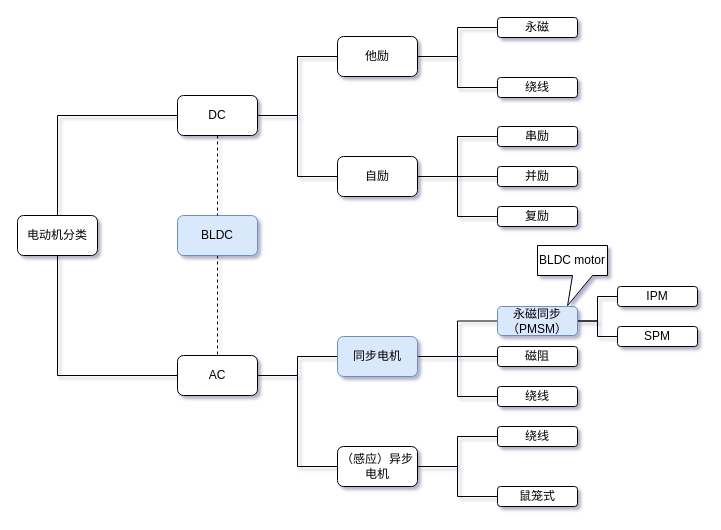
Above: 电动机分类.drawio in Vinson-001/Blog-flow-chart (draw.io), before the change. Source tidied: cells renumbered, new cells numbered last; positions are measured from the earlier drawing's top-left corner, leaving out a move shared by most shapes. Both pictures are drawn from the tidied source at 100%, with x=0, y=0 at pixel (17, 17).
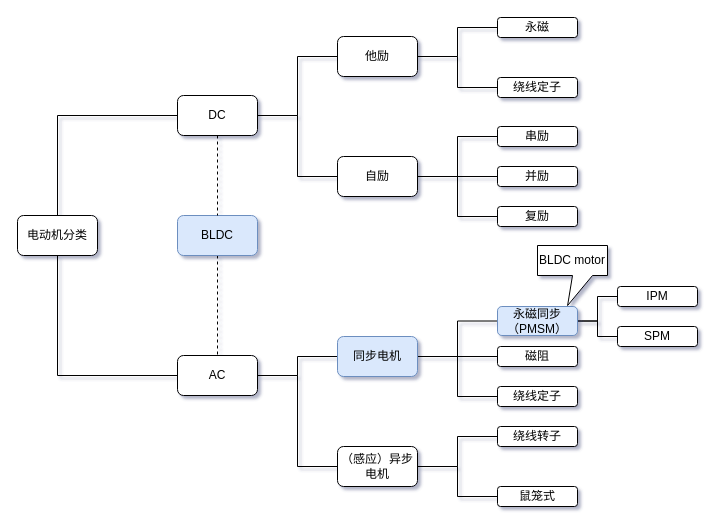
The same page after the edit.

Commit message:
更新电动机分类.drawio

What changed in the source:
```diff
@@
-    <mxCell id="22" value="绕线" style="rounded=1;whiteSpace=wrap;html=1;" parent="1" vertex="1">
+    <mxCell id="22" value="绕线定子" style="rounded=1;whiteSpace=wrap;html=1;" parent="1" vertex="1">
       <mxGeometry x="480" y="60" width="80" height="20" as="geometry" />
     </mxCell>
@@
-    <mxCell id="37" value="绕线" style="rounded=1;whiteSpace=wrap;html=1;" parent="1" vertex="1">
+    <mxCell id="37" value="绕线定子" style="rounded=1;whiteSpace=wrap;html=1;" parent="1" vertex="1">
       <mxGeometry x="480" y="369" width="80" height="20" as="geometry" />
     </mxCell>
-    <mxCell id="38" value="绕线" style="rounded=1;whiteSpace=wrap;html=1;" parent="1" vertex="1">
+    <mxCell id="38" value="绕线转子" style="rounded=1;whiteSpace=wrap;html=1;" parent="1" vertex="1">
       <mxGeometry x="480" y="409" width="80" height="20" as="geometry" />
     </mxCell>
```
